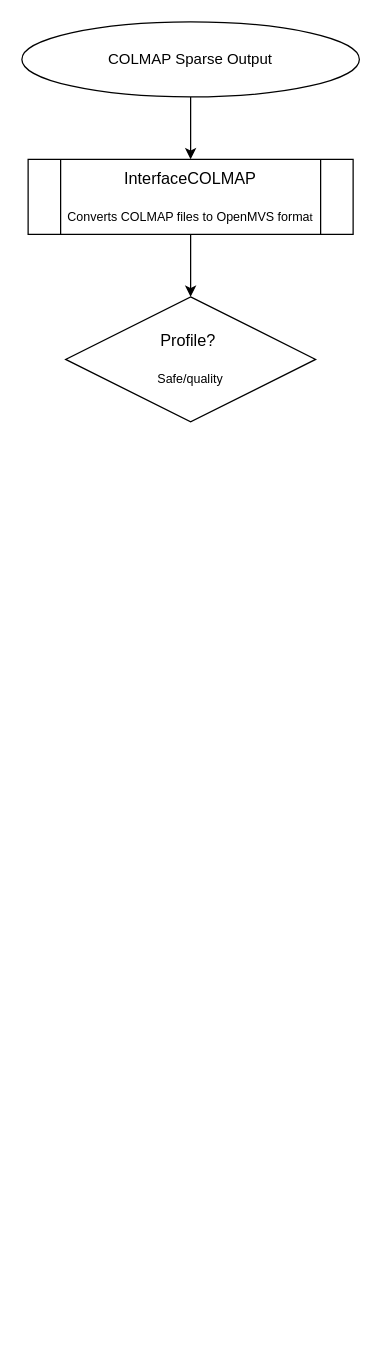
Above: MESHFROMSPARSE.drawio in jameswalter12/MEng-Project- (draw.io), before the change. Source tidied: cells renumbered, new cells numbered last; positions are measured from the earlier drawing's top-left corner, leaving out a move shared by most shapes. Both pictures are drawn from the tidied source at 125%, with x=0, y=0 at pixel (21, 21).
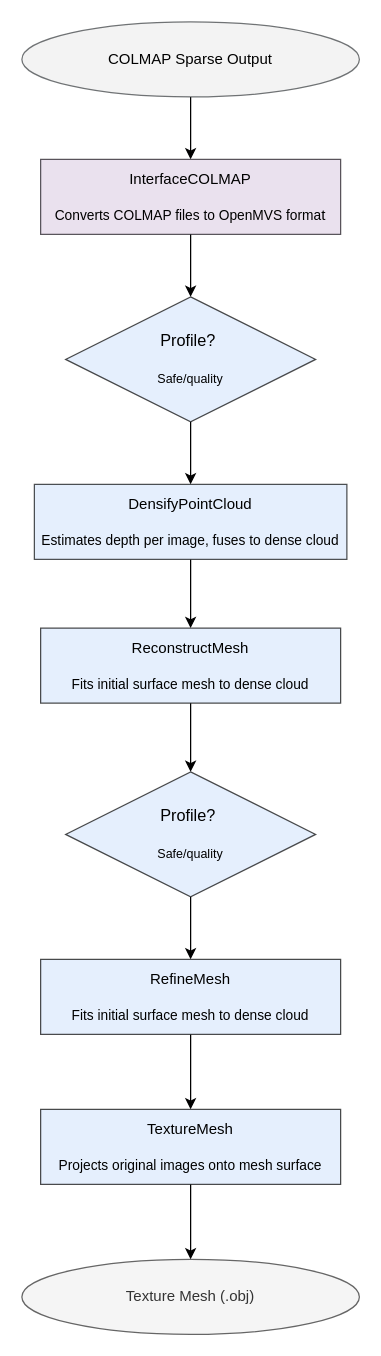
Above is the later version.

Diff of the diagram source:
```diff
@@
 <mxGraphModel>
   <root>
     <mxCell id="0" />
     <mxCell id="1" parent="0" />
     <mxCell id="2" style="edgeStyle=orthogonalEdgeStyle;rounded=0;jettySize=auto;html=1;exitX=0.5;exitY=1;exitDx=0;exitDy=0;exitPerimeter=0;entryX=0.5;entryY=0;entryDx=0;entryDy=0;" parent="1" edge="1" source="3" target="4">
       <mxGeometry relative="1" as="geometry" />
     </mxCell>
-    <mxCell id="3" value="COLMAP Sparse Output" style="strokeWidth=1;html=1;shape=mxgraph.flowchart.start_1;whiteSpace=wrap;" parent="1" vertex="1">
+    <mxCell id="3" value="COLMAP Sparse Output" style="strokeWidth=1;html=1;shape=mxgraph.flowchart.start_1;whiteSpace=wrap;opacity=70;fillColor=#eeeeee;strokeColor=#36393d;" parent="1" vertex="1">
       <mxGeometry width="270" height="60" as="geometry" />
     </mxCell>
+    <mxCell id="7" style="edgeStyle=orthogonalEdgeStyle;rounded=0;jettySize=auto;html=1;exitX=0.5;exitY=1;exitDx=0;exitDy=0;exitPerimeter=0;entryX=0.5;entryY=0;entryDx=0;entryDy=0;" parent="1" edge="1" source="5" target="9">
+      <mxGeometry relative="1" as="geometry" />
+    </mxCell>
+    <mxCell id="5" value="&lt;font style=&quot;font-size: 13px;&quot;&gt;Profile?&amp;nbsp;&lt;/font&gt;&lt;div&gt;&lt;br&gt;&lt;/div&gt;&lt;div&gt;&lt;font style=&quot;font-size: 10px;&quot;&gt;Safe/quality&lt;/font&gt;&lt;/div&gt;" style="strokeWidth=1;html=1;shape=mxgraph.flowchart.decision;whiteSpace=wrap;fillColor=#dae8fc;strokeColor=default;opacity=70;" parent="1" vertex="1">
+      <mxGeometry x="35" y="220" width="200" height="100" as="geometry" />
+    </mxCell>
-    <mxCell id="4" value="&lt;font style=&quot;font-size: 13px;&quot;&gt;InterfaceCOLMAP&lt;/font&gt;&lt;div&gt;&lt;font size=&quot;2&quot;&gt;&lt;br&gt;&lt;/font&gt;&lt;div&gt;&lt;font style=&quot;font-size: 10px;&quot;&gt;Converts COLMAP files to OpenMVS forma&lt;/font&gt;&lt;font style=&quot;font-size: 9px;&quot;&gt;t&lt;/font&gt;&lt;/div&gt;&lt;/div&gt;" style="shape=process;whiteSpace=wrap;html=1;backgroundOutline=1;" parent="1" vertex="1">
-      <mxGeometry x="5" y="110" width="260" height="60" as="geometry" />
+    <mxCell id="4" value="InterfaceCOLMAP&lt;div&gt;&lt;br&gt;&lt;/div&gt;&lt;div&gt;&lt;font style=&quot;font-size: 11px;&quot;&gt;Converts COLMAP files to OpenMVS forma&lt;/font&gt;t&lt;/div&gt;" style="rounded=0;whiteSpace=wrap;html=1;fillColor=#e1d5e7;strokeColor=#18131B;opacity=70;" parent="1" vertex="1">
+      <mxGeometry x="15" y="110" width="240" height="60" as="geometry" />
     </mxCell>
-    <mxCell id="5" value="&lt;font style=&quot;font-size: 13px;&quot;&gt;Profile?&amp;nbsp;&lt;/font&gt;&lt;div&gt;&lt;br&gt;&lt;/div&gt;&lt;div&gt;&lt;font style=&quot;font-size: 10px;&quot;&gt;Safe/quality&lt;/font&gt;&lt;/div&gt;" style="strokeWidth=1;html=1;shape=mxgraph.flowchart.decision;whiteSpace=wrap;" parent="1" vertex="1">
-      <mxGeometry x="35" y="220" width="200" height="100" as="geometry" />
-    </mxCell>
     <mxCell id="6" style="edgeStyle=orthogonalEdgeStyle;rounded=0;jettySize=auto;html=1;exitX=0.5;exitY=1;exitDx=0;exitDy=0;entryX=0.5;entryY=0;entryDx=0;entryDy=0;entryPerimeter=0;" parent="1" edge="1" source="4" target="5">
       <mxGeometry relative="1" as="geometry" />
     </mxCell>
+    <mxCell id="8" style="edgeStyle=orthogonalEdgeStyle;rounded=0;jettySize=auto;html=1;exitX=0.5;exitY=1;exitDx=0;exitDy=0;entryX=0.5;entryY=0;entryDx=0;entryDy=0;" parent="1" edge="1" source="9" target="10">
+      <mxGeometry relative="1" as="geometry" />
+    </mxCell>
+    <mxCell id="9" value="&lt;div&gt;DensifyPointCloud&lt;/div&gt;&lt;div&gt;&lt;br&gt;&lt;/div&gt;&lt;div&gt;&lt;font style=&quot;font-size: 11px;&quot;&gt;Estimates depth per image, fuses to dense cloud&lt;/font&gt;&lt;/div&gt;" style="rounded=0;whiteSpace=wrap;html=1;fillColor=#dae8fc;strokeColor=#06090B;opacity=70;" parent="1" vertex="1">
+      <mxGeometry x="10" y="370" width="250" height="60" as="geometry" />
+    </mxCell>
+    <mxCell id="10" value="&lt;div&gt;ReconstructMesh&lt;/div&gt;&lt;div&gt;&lt;br&gt;&lt;/div&gt;&lt;div&gt;&lt;span style=&quot;font-size: 11px;&quot;&gt;Fits initial surface mesh to dense cloud&lt;/span&gt;&lt;/div&gt;" style="rounded=0;whiteSpace=wrap;html=1;fillColor=#dae8fc;strokeColor=#000000;opacity=70;" parent="1" vertex="1">
+      <mxGeometry x="15" y="485" width="240" height="60" as="geometry" />
+    </mxCell>
+    <mxCell id="11" style="edgeStyle=orthogonalEdgeStyle;rounded=0;jettySize=auto;html=1;exitX=0.5;exitY=1;exitDx=0;exitDy=0;exitPerimeter=0;entryX=0.5;entryY=0;entryDx=0;entryDy=0;" parent="1" edge="1" source="12" target="15">
+      <mxGeometry relative="1" as="geometry" />
+    </mxCell>
+    <mxCell id="12" value="&lt;font style=&quot;font-size: 13px;&quot;&gt;Profile?&amp;nbsp;&lt;/font&gt;&lt;div&gt;&lt;br&gt;&lt;/div&gt;&lt;div&gt;&lt;font style=&quot;font-size: 10px;&quot;&gt;Safe/quality&lt;/font&gt;&lt;/div&gt;" style="strokeWidth=1;html=1;shape=mxgraph.flowchart.decision;whiteSpace=wrap;fillColor=#dae8fc;strokeColor=#000000;opacity=70;" parent="1" vertex="1">
+      <mxGeometry x="35" y="600" width="200" height="100" as="geometry" />
+    </mxCell>
+    <mxCell id="13" style="edgeStyle=orthogonalEdgeStyle;rounded=0;jettySize=auto;html=1;exitX=0.5;exitY=1;exitDx=0;exitDy=0;entryX=0.5;entryY=0;entryDx=0;entryDy=0;entryPerimeter=0;" parent="1" edge="1" source="10" target="12">
+      <mxGeometry relative="1" as="geometry" />
+    </mxCell>
+    <mxCell id="14" style="edgeStyle=orthogonalEdgeStyle;rounded=0;jettySize=auto;html=1;exitX=0.5;exitY=1;exitDx=0;exitDy=0;entryX=0.5;entryY=0;entryDx=0;entryDy=0;" parent="1" edge="1" source="15" target="16">
+      <mxGeometry relative="1" as="geometry" />
+    </mxCell>
+    <mxCell id="15" value="&lt;div&gt;RefineMesh&lt;/div&gt;&lt;div&gt;&lt;br&gt;&lt;/div&gt;&lt;div&gt;&lt;span style=&quot;font-size: 11px;&quot;&gt;Fits initial surface mesh to dense cloud&lt;/span&gt;&lt;/div&gt;" style="rounded=0;whiteSpace=wrap;html=1;fillColor=#dae8fc;strokeColor=#000000;opacity=70;" parent="1" vertex="1">
+      <mxGeometry x="15" y="750" width="240" height="60" as="geometry" />
+    </mxCell>
+    <mxCell id="16" value="&lt;div&gt;TextureMesh&lt;/div&gt;&lt;div&gt;&lt;br&gt;&lt;/div&gt;&lt;div&gt;&lt;font style=&quot;font-size: 11px;&quot;&gt;Projects original images onto mesh surface&lt;/font&gt;&lt;/div&gt;" style="rounded=0;whiteSpace=wrap;html=1;fillColor=#dae8fc;strokeColor=#000000;opacity=70;" parent="1" vertex="1">
+      <mxGeometry x="15" y="870" width="240" height="60" as="geometry" />
+    </mxCell>
+    <mxCell id="17" value="Texture Mesh (.obj)" style="strokeWidth=1;html=1;shape=mxgraph.flowchart.start_1;whiteSpace=wrap;fillColor=#f5f5f5;fontColor=#333333;strokeColor=#666666;" parent="1" vertex="1">
+      <mxGeometry y="990" width="270" height="60" as="geometry" />
+    </mxCell>
+    <mxCell id="18" style="edgeStyle=orthogonalEdgeStyle;rounded=0;jettySize=auto;html=1;exitX=0.5;exitY=1;exitDx=0;exitDy=0;entryX=0.5;entryY=0;entryDx=0;entryDy=0;entryPerimeter=0;" parent="1" edge="1" source="16" target="17">
+      <mxGeometry relative="1" as="geometry" />
+    </mxCell>
   </root>
 </mxGraphModel>
```
